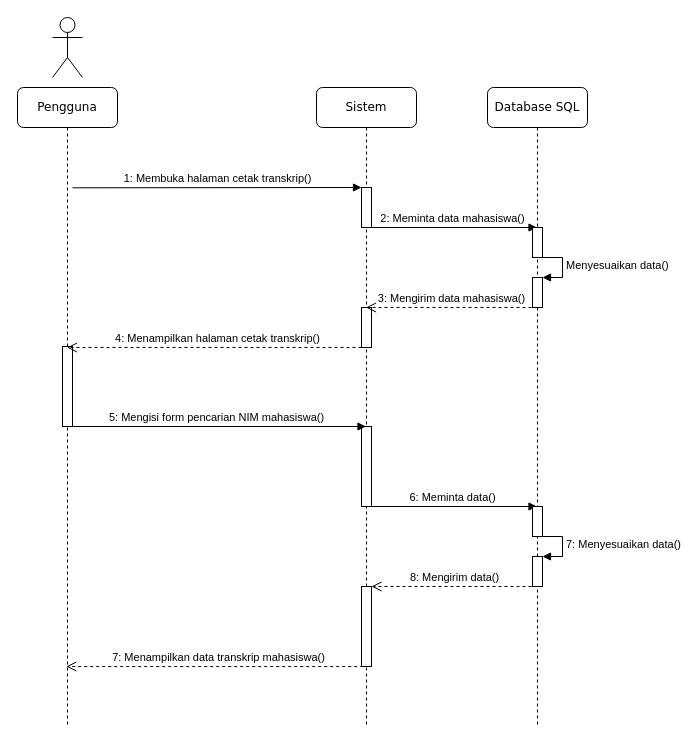
Above: page "Sequence cetak transkrip" (4 of 12) of SIAKAD ERD.drawio in RidhoAnshory/drawiocloud (draw.io), before the change. Source tidied: cells renumbered, new cells numbered last; positions are measured from the earlier drawing's top-left corner, leaving out a move shared by most shapes. Both pictures are drawn from the tidied source at 100%, with x=0, y=0 at pixel (17, 17).
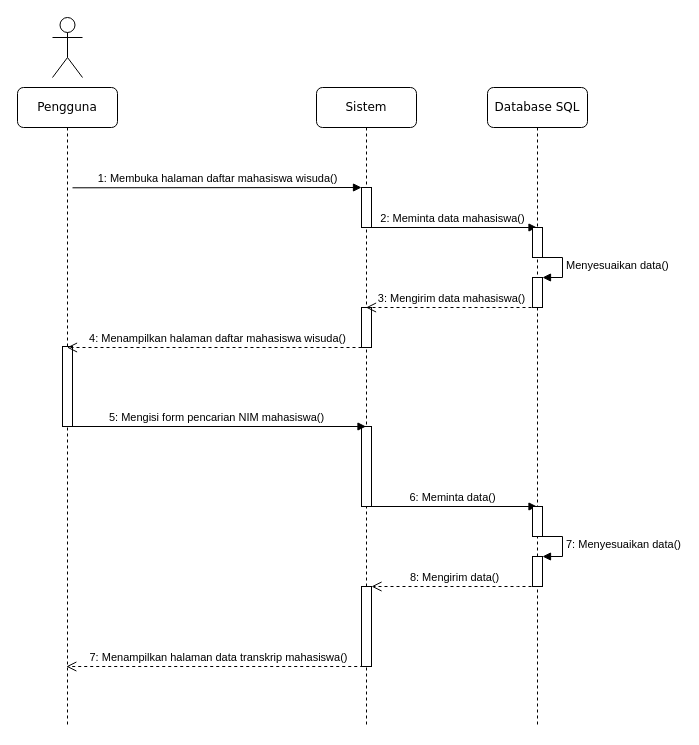
After the change.

The change refers to these unchanged cells:
```xml
<mxCell id="3" style="html=1;points=[];perimeter=orthogonalPerimeter;rounded=0;shadow=0;comic=0;labelBackgroundColor=none;strokeWidth=1;fontFamily=Verdana;fontSize=12;align=center;" parent="2" vertex="1">
  <mxGeometry x="45" y="100" width="10" height="40" as="geometry" />
</mxCell>
<mxCell id="6" style="html=1;points=[];perimeter=orthogonalPerimeter;" parent="2" vertex="1">
  <mxGeometry x="45" y="499" width="10" height="80" as="geometry" />
</mxCell>
<mxCell id="16" value="Pengguna" style="shape=umlLifeline;perimeter=lifelinePerimeter;whiteSpace=wrap;html=1;outlineConnect=0;rounded=1;shadow=0;comic=0;labelBackgroundColor=none;strokeWidth=1;fontFamily=Verdana;fontSize=12;align=center;" parent="1" vertex="1">
  <mxGeometry y="70" width="100" height="640" as="geometry" />
</mxCell>
```

Change to the diagram source:
```diff
@@
-    <mxCell id="19" value="&lt;font style=&quot;font-size: 11px&quot; face=&quot;Helvetica&quot;&gt;1: Membuka halaman cetak transkrip()&lt;/font&gt;" style="html=1;verticalAlign=bottom;endArrow=block;entryX=0;entryY=0;labelBackgroundColor=none;fontFamily=Verdana;fontSize=12;edgeStyle=elbowEdgeStyle;elbow=vertical;" parent="1" edge="1" target="3">
+    <mxCell id="19" value="&lt;font style=&quot;font-size: 11px&quot; face=&quot;Helvetica&quot;&gt;1: Membuka halaman daftar mahasiswa wisuda()&lt;/font&gt;" style="html=1;verticalAlign=bottom;endArrow=block;entryX=0;entryY=0;labelBackgroundColor=none;fontFamily=Verdana;fontSize=12;edgeStyle=elbowEdgeStyle;elbow=vertical;" parent="1" edge="1" target="3">
       <mxGeometry relative="1" as="geometry">
         <mxPoint x="55" y="170.3" as="sourcePoint" />
       </mxGeometry>
     </mxCell>
@@
-    <mxCell id="22" value="7: Menampilkan data transkrip mahasiswa()" style="html=1;verticalAlign=bottom;endArrow=open;dashed=1;endSize=8;exitX=0.772;exitY=1;exitDx=0;exitDy=0;exitPerimeter=0;" parent="1" edge="1" source="6">
+    <mxCell id="22" value="7: Menampilkan halaman data transkrip mahasiswa()" style="html=1;verticalAlign=bottom;endArrow=open;dashed=1;endSize=8;exitX=0.772;exitY=1;exitDx=0;exitDy=0;exitPerimeter=0;" parent="1" edge="1" source="6">
       <mxGeometry relative="1" as="geometry">
         <mxPoint x="48.8" y="649" as="targetPoint" />
       </mxGeometry>
     </mxCell>
@@
-    <mxCell id="24" value="4: Menampilkan halaman cetak transkrip()" style="html=1;verticalAlign=bottom;endArrow=open;dashed=1;endSize=8;" parent="1" edge="1" target="16">
+    <mxCell id="24" value="4: Menampilkan halaman daftar mahasiswa wisuda()" style="html=1;verticalAlign=bottom;endArrow=open;dashed=1;endSize=8;" parent="1" edge="1" target="16">
       <mxGeometry relative="1" as="geometry">
         <mxPoint x="350" y="330" as="sourcePoint" />
       </mxGeometry>
     </mxCell>
```
